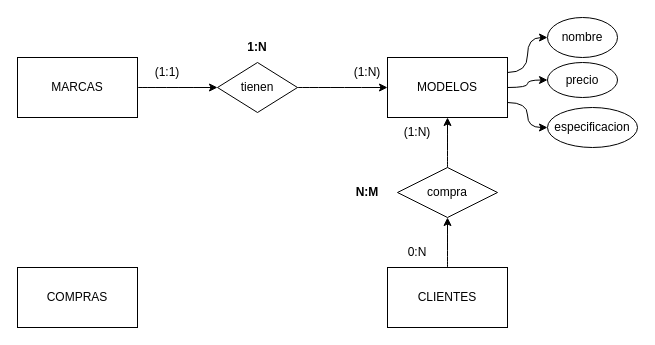
This is page "ejercicio5" (4 of 13) of Sql/directorio_de_ejercicios.drawio from universoparalelo/Informatorio, a draw.io file, before an edit. Source tidied: cells renumbered, new cells numbered last; positions are measured from the earlier drawing's top-left corner, leaving out a move shared by most shapes. Both pictures are drawn from the tidied source at 100%, with x=0, y=0 at pixel (17, 17).
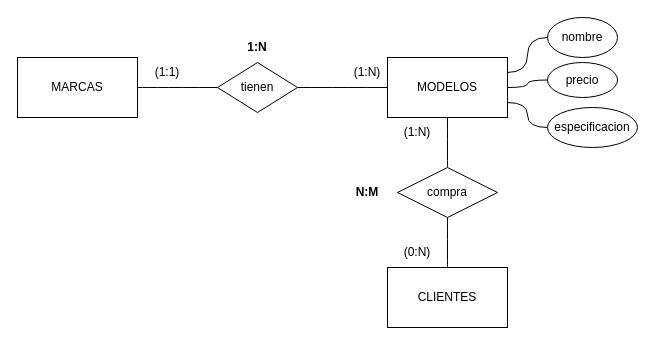
The same page after the edit.

The change refers to these unchanged cells:
```xml
<mxCell id="3" value="MARCAS" style="rounded=0;whiteSpace=wrap;html=1;" parent="1" vertex="1">
  <mxGeometry y="40" width="120" height="60" as="geometry" />
</mxCell>
<mxCell id="7" value="MODELOS" style="rounded=0;whiteSpace=wrap;html=1;" parent="1" vertex="1">
  <mxGeometry x="370" y="40" width="120" height="60" as="geometry" />
</mxCell>
<mxCell id="9" value="CLIENTES" style="rounded=0;whiteSpace=wrap;html=1;" parent="1" vertex="1">
  <mxGeometry x="370" y="250" width="120" height="60" as="geometry" />
</mxCell>
<mxCell id="11" value="tienen" style="rhombus;whiteSpace=wrap;html=1;" parent="1" vertex="1">
  <mxGeometry x="200" y="45" width="80" height="50" as="geometry" />
</mxCell>
<mxCell id="15" value="nombre" style="ellipse;whiteSpace=wrap;html=1;" parent="1" vertex="1">
  <mxGeometry x="530" width="70" height="40" as="geometry" />
</mxCell>
<mxCell id="16" value="especificacion" style="ellipse;whiteSpace=wrap;html=1;" parent="1" vertex="1">
  <mxGeometry x="530" y="90" width="90" height="40" as="geometry" />
</mxCell>
<mxCell id="17" value="precio" style="ellipse;whiteSpace=wrap;html=1;" parent="1" vertex="1">
  <mxGeometry x="530" y="45" width="70" height="35" as="geometry" />
</mxCell>
<mxCell id="19" value="compra" style="rhombus;whiteSpace=wrap;html=1;" parent="1" vertex="1">
  <mxGeometry x="380" y="150" width="100" height="50" as="geometry" />
</mxCell>
```

Diff of the diagram source:
```diff
@@
-    <mxCell id="2" style="edgeStyle=orthogonalEdgeStyle;curved=1;rounded=0;jettySize=auto;html=1;exitX=1;exitY=0.5;exitDx=0;exitDy=0;entryX=0;entryY=0.5;entryDx=0;entryDy=0;" parent="1" edge="1" source="3" target="11">
+    <mxCell id="2" style="edgeStyle=orthogonalEdgeStyle;curved=1;rounded=0;jettySize=auto;html=1;exitX=1;exitY=0.5;exitDx=0;exitDy=0;entryX=0;entryY=0.5;entryDx=0;entryDy=0;endArrow=none;endFill=0;" parent="1" edge="1" source="3" target="11">
       <mxGeometry relative="1" as="geometry" />
     </mxCell>
@@
-    <mxCell id="4" style="edgeStyle=orthogonalEdgeStyle;curved=1;rounded=0;jettySize=auto;html=1;exitX=1;exitY=0.25;exitDx=0;exitDy=0;entryX=0;entryY=0.5;entryDx=0;entryDy=0;" parent="1" edge="1" source="7" target="15">
+    <mxCell id="4" style="edgeStyle=orthogonalEdgeStyle;curved=1;rounded=0;jettySize=auto;html=1;exitX=1;exitY=0.25;exitDx=0;exitDy=0;entryX=0;entryY=0.5;entryDx=0;entryDy=0;endArrow=none;endFill=0;" parent="1" edge="1" source="7" target="15">
       <mxGeometry relative="1" as="geometry" />
     </mxCell>
-    <mxCell id="5" style="edgeStyle=orthogonalEdgeStyle;curved=1;rounded=0;jettySize=auto;html=1;exitX=1;exitY=0.5;exitDx=0;exitDy=0;entryX=0;entryY=0.5;entryDx=0;entryDy=0;" parent="1" edge="1" source="7" target="17">
+    <mxCell id="5" style="edgeStyle=orthogonalEdgeStyle;curved=1;rounded=0;jettySize=auto;html=1;exitX=1;exitY=0.5;exitDx=0;exitDy=0;entryX=0;entryY=0.5;entryDx=0;entryDy=0;endArrow=none;endFill=0;" parent="1" edge="1" source="7" target="17">
       <mxGeometry relative="1" as="geometry" />
     </mxCell>
-    <mxCell id="6" style="edgeStyle=orthogonalEdgeStyle;curved=1;rounded=0;jettySize=auto;html=1;exitX=1;exitY=0.75;exitDx=0;exitDy=0;entryX=0;entryY=0.5;entryDx=0;entryDy=0;" parent="1" edge="1" source="7" target="16">
+    <mxCell id="6" style="edgeStyle=orthogonalEdgeStyle;curved=1;rounded=0;jettySize=auto;html=1;exitX=1;exitY=0.75;exitDx=0;exitDy=0;entryX=0;entryY=0.5;entryDx=0;entryDy=0;endArrow=none;endFill=0;" parent="1" edge="1" source="7" target="16">
       <mxGeometry relative="1" as="geometry" />
     </mxCell>
@@
-    <mxCell id="8" style="edgeStyle=orthogonalEdgeStyle;curved=1;rounded=0;jettySize=auto;html=1;exitX=0.5;exitY=0;exitDx=0;exitDy=0;entryX=0.5;entryY=1;entryDx=0;entryDy=0;" parent="1" edge="1" source="9" target="19">
+    <mxCell id="8" style="edgeStyle=orthogonalEdgeStyle;curved=1;rounded=0;jettySize=auto;html=1;exitX=0.5;exitY=0;exitDx=0;exitDy=0;entryX=0.5;entryY=1;entryDx=0;entryDy=0;endArrow=none;endFill=0;" parent="1" edge="1" source="9" target="19">
       <mxGeometry relative="1" as="geometry" />
     </mxCell>
@@
-    <mxCell id="10" style="edgeStyle=orthogonalEdgeStyle;curved=1;rounded=0;jettySize=auto;html=1;exitX=1;exitY=0.5;exitDx=0;exitDy=0;entryX=0;entryY=0.5;entryDx=0;entryDy=0;" parent="1" edge="1" source="11" target="7">
+    <mxCell id="10" style="edgeStyle=orthogonalEdgeStyle;curved=1;rounded=0;jettySize=auto;html=1;exitX=1;exitY=0.5;exitDx=0;exitDy=0;entryX=0;entryY=0.5;entryDx=0;entryDy=0;endArrow=none;endFill=0;" parent="1" edge="1" source="11" target="7">
       <mxGeometry relative="1" as="geometry" />
     </mxCell>
@@
-    <mxCell id="18" style="edgeStyle=orthogonalEdgeStyle;curved=1;rounded=0;jettySize=auto;html=1;exitX=0.5;exitY=0;exitDx=0;exitDy=0;entryX=0.5;entryY=1;entryDx=0;entryDy=0;" parent="1" edge="1" source="19" target="7">
+    <mxCell id="18" style="edgeStyle=orthogonalEdgeStyle;curved=1;rounded=0;jettySize=auto;html=1;exitX=0.5;exitY=0;exitDx=0;exitDy=0;entryX=0.5;entryY=1;entryDx=0;entryDy=0;endArrow=none;endFill=0;" parent="1" edge="1" source="19" target="7">
       <mxGeometry relative="1" as="geometry" />
     </mxCell>
@@
-    <mxCell id="21" value="0:N" style="text;html=1;strokeColor=none;fillColor=none;align=center;verticalAlign=middle;whiteSpace=wrap;rounded=0;" parent="1" vertex="1">
+    <mxCell id="21" value="(0:N)" style="text;html=1;strokeColor=none;fillColor=none;align=center;verticalAlign=middle;whiteSpace=wrap;rounded=0;" parent="1" vertex="1">
       <mxGeometry x="370" y="220" width="60" height="30" as="geometry" />
     </mxCell>
@@
-    <mxCell id="23" value="COMPRAS" style="rounded=0;whiteSpace=wrap;html=1;" parent="1" vertex="1">
-      <mxGeometry y="250" width="120" height="60" as="geometry" />
-    </mxCell>
```
